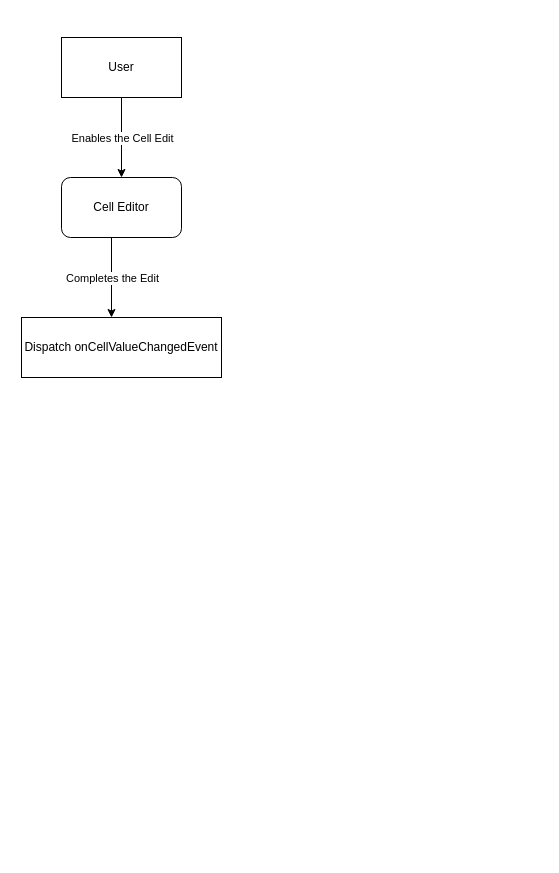
chitraflorid/123-Essential-JavaScript-Interview-Questions keeps this draw.io diagram as Untitled Diagram.drawio. Above is the earlier version. Source tidied: cells renumbered, new cells numbered last; positions are measured from the earlier drawing's top-left corner, leaving out a move shared by most shapes. Both pictures are drawn from the tidied source at 100%, with x=0, y=0 at pixel (21, 37).
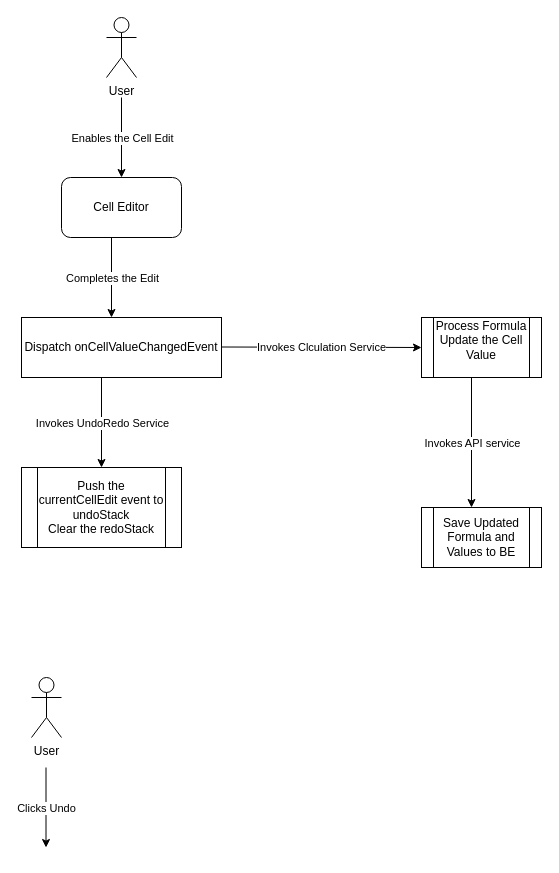
Above is the later version.

The edit, as a diff of the source:
```diff
@@
-    <mxCell id="2" value="User" style="rounded=0;whiteSpace=wrap;html=1;" parent="1" vertex="1">
-      <mxGeometry x="40" width="120" height="60" as="geometry" />
-    </mxCell>
@@
+    <mxCell id="9" style="endArrow=classic;html=1;rounded=0;" parent="1" edge="1">
+      <mxGeometry relative="1" as="geometry">
+        <mxPoint x="80" y="340" as="sourcePoint" />
+        <mxPoint x="80" y="430" as="targetPoint" />
+      </mxGeometry>
+    </mxCell>
+    <mxCell id="10" value="Invokes UndoRedo Service" style="edgeLabel;html=1;align=center;verticalAlign=middle;" parent="9" vertex="1">
+      <mxGeometry relative="1" as="geometry" />
+    </mxCell>
+    <mxCell id="11" style="endArrow=classic;html=1;rounded=0;" parent="1" edge="1">
+      <mxGeometry relative="1" as="geometry">
+        <mxPoint x="200" y="309.5" as="sourcePoint" />
+        <mxPoint x="400" y="310" as="targetPoint" />
+      </mxGeometry>
+    </mxCell>
+    <mxCell id="12" value="Invokes Clculation Service" style="edgeLabel;html=1;align=center;verticalAlign=middle;" parent="11" vertex="1">
+      <mxGeometry relative="1" as="geometry" />
+    </mxCell>
+    <mxCell id="13" value="Process Formula&lt;div&gt;Update the Cell Value&lt;/div&gt;&lt;div&gt;&lt;br&gt;&lt;/div&gt;" style="shape=process;whiteSpace=wrap;html=1;backgroundOutline=1;" parent="1" vertex="1">
+      <mxGeometry x="400" y="280" width="120" height="60" as="geometry" />
+    </mxCell>
+    <mxCell id="14" value="Push the currentCellEdit event to undoStack&lt;br&gt;Clear the redoStack" style="shape=process;whiteSpace=wrap;html=1;backgroundOutline=1;" parent="1" vertex="1">
+      <mxGeometry y="430" width="160" height="80" as="geometry" />
+    </mxCell>
+    <mxCell id="15" style="endArrow=classic;html=1;rounded=0;" parent="1" edge="1">
+      <mxGeometry relative="1" as="geometry">
+        <mxPoint x="450" y="340" as="sourcePoint" />
+        <mxPoint x="450" y="470" as="targetPoint" />
+      </mxGeometry>
+    </mxCell>
+    <mxCell id="16" value="Invokes API service" style="edgeLabel;html=1;align=center;verticalAlign=middle;" parent="15" vertex="1">
+      <mxGeometry relative="1" as="geometry" />
+    </mxCell>
+    <mxCell id="17" value="Save Updated Formula and Values to BE" style="shape=process;whiteSpace=wrap;html=1;backgroundOutline=1;" parent="1" vertex="1">
+      <mxGeometry x="400" y="470" width="120" height="60" as="geometry" />
+    </mxCell>
+    <mxCell id="18" value="User" style="shape=umlActor;verticalLabelPosition=bottom;verticalAlign=top;html=1;" parent="1" vertex="1">
+      <mxGeometry x="85" y="-20" width="30" height="60" as="geometry" />
+    </mxCell>
+    <mxCell id="19" value="User" style="shape=umlActor;verticalLabelPosition=bottom;verticalAlign=top;html=1;" parent="1" vertex="1">
+      <mxGeometry x="10" y="640" width="30" height="60" as="geometry" />
+    </mxCell>
+    <mxCell id="20" style="endArrow=classic;html=1;rounded=0;" parent="1" edge="1">
+      <mxGeometry relative="1" as="geometry">
+        <mxPoint x="24.5" y="730" as="sourcePoint" />
+        <mxPoint x="24.5" y="810" as="targetPoint" />
+      </mxGeometry>
+    </mxCell>
+    <mxCell id="21" value="Clicks Undo" style="edgeLabel;html=1;align=center;verticalAlign=middle;" parent="20" vertex="1">
+      <mxGeometry relative="1" as="geometry" />
+    </mxCell>
```
